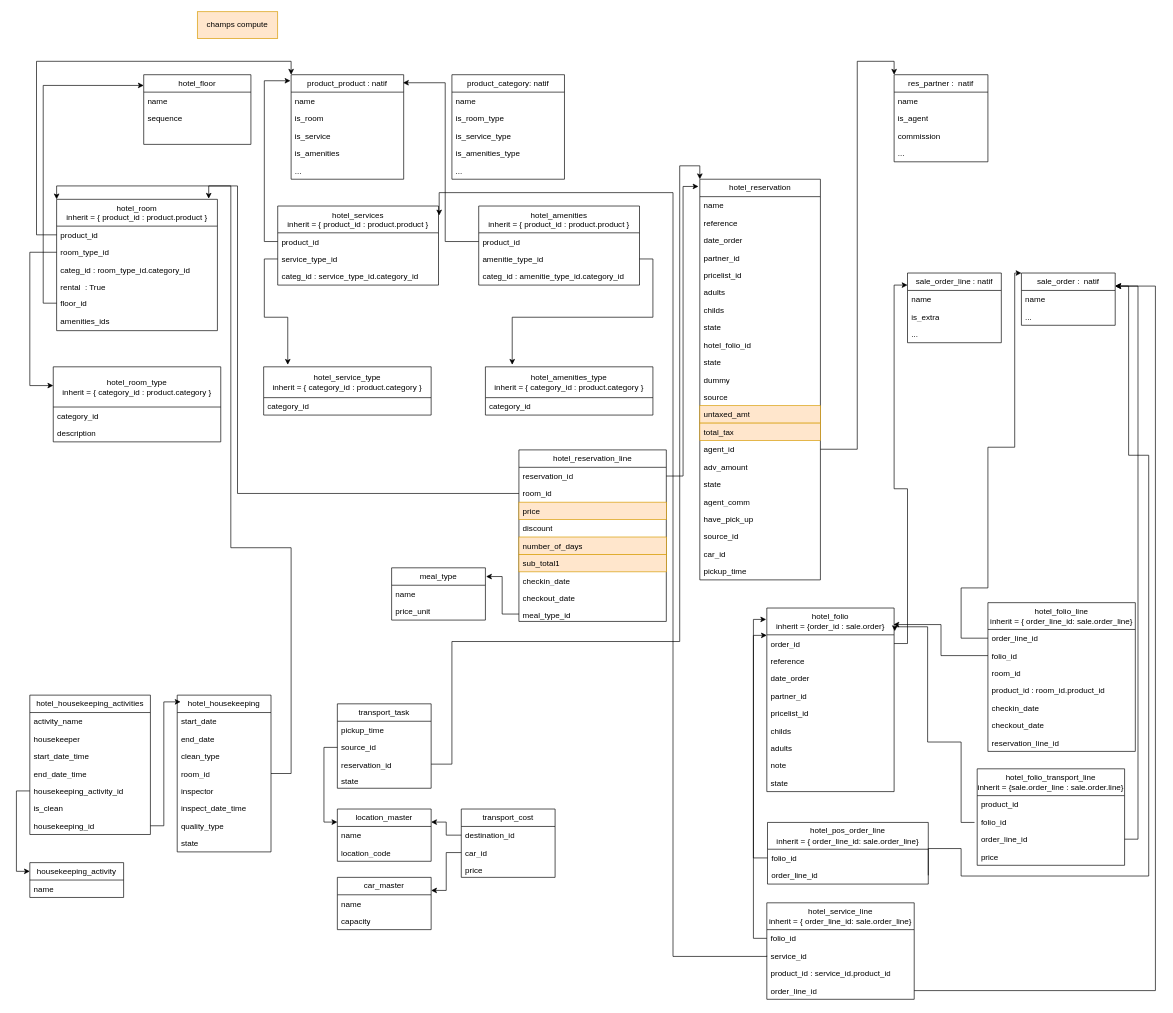
Above: hotel_diagram.drawio in Jeremia1804/all_projects (draw.io), before the change. Source tidied: cells renumbered, new cells numbered last; positions are measured from the earlier drawing's top-left corner, leaving out a move shared by most shapes. Both pictures are drawn from the tidied source at 67%, with x=0, y=0 at pixel (29, 11).
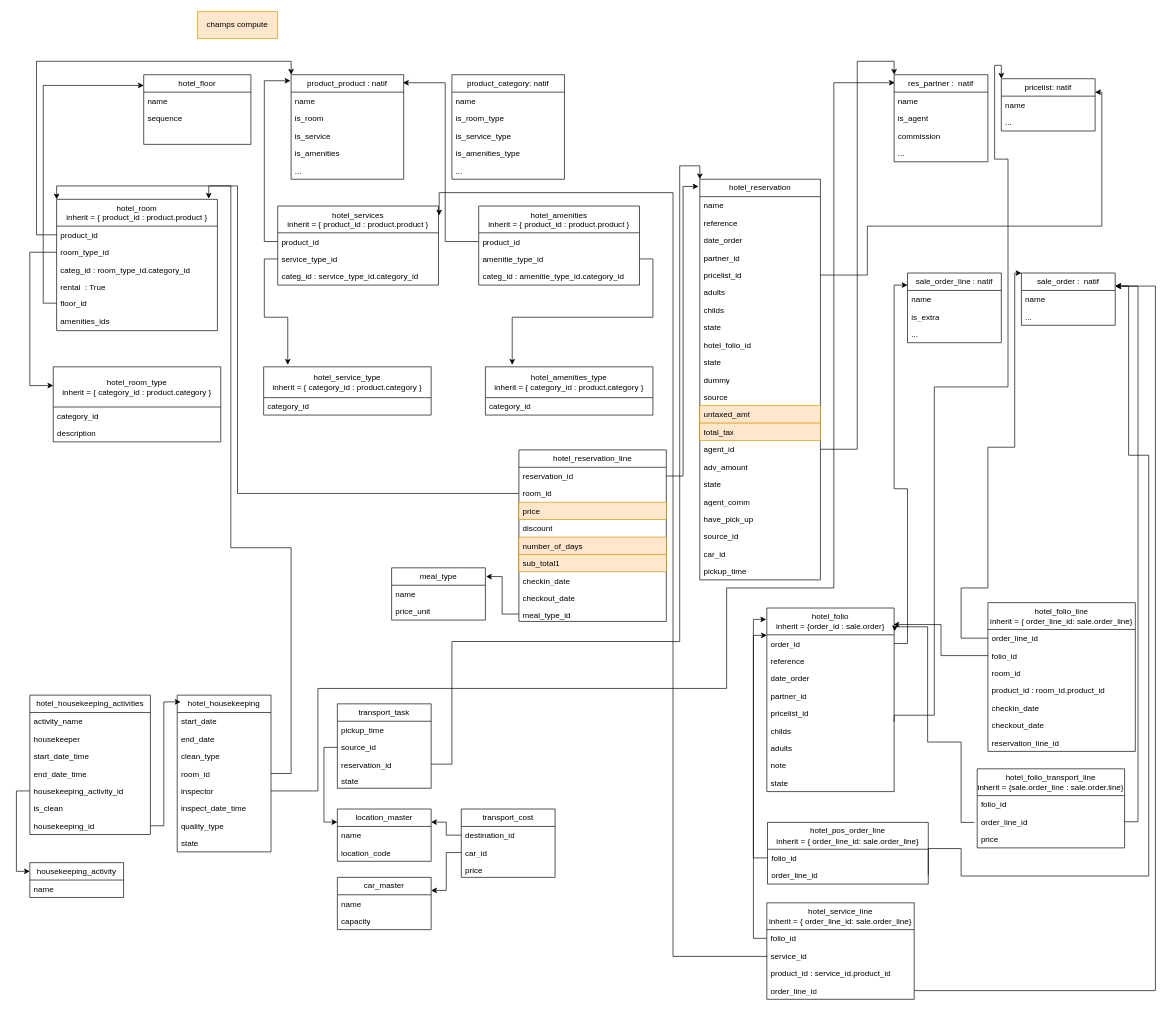
Above is the later version.

Commit message (it also covers changes not shown here):
Mettre à jour hotel_diagram.drawio

Unchanged cells that the change refers to:
```xml
<mxCell id="45" value="childs" style="text;strokeColor=none;fillColor=none;align=left;verticalAlign=top;spacingLeft=4;spacingRight=4;overflow=hidden;points=[[0,0.5],[1,0.5]];portConstraint=eastwest;whiteSpace=wrap;html=1;" parent="39" vertex="1">
  <mxGeometry y="170" width="190" height="26" as="geometry" />
</mxCell>
<mxCell id="74" value="pricelist_id" style="text;strokeColor=none;fillColor=none;align=left;verticalAlign=top;spacingLeft=4;spacingRight=4;overflow=hidden;points=[[0,0.5],[1,0.5]];portConstraint=eastwest;whiteSpace=wrap;html=1;" parent="69" vertex="1">
  <mxGeometry y="130" width="180" height="26" as="geometry" />
</mxCell>
<mxCell id="92" value="res_partner :&amp;nbsp; natif" style="swimlane;fontStyle=0;horizontal=1;startSize=26;fillColor=none;whiteSpace=wrap;html=1;" parent="1" vertex="1">
  <mxGeometry x="1290" y="94" width="140" height="130" as="geometry" />
</mxCell>
<mxCell id="135" value="inspector" style="text;strokeColor=none;fillColor=none;align=left;verticalAlign=top;spacingLeft=4;spacingRight=4;overflow=hidden;points=[[0,0.5],[1,0.5]];portConstraint=eastwest;whiteSpace=wrap;html=1;" parent="130" vertex="1">
  <mxGeometry y="130" width="140" height="26" as="geometry" />
</mxCell>
```

The edit, as a diff of the source:
```diff
@@
     <mxCell id="107" value="hotel_folio_transport_line&lt;div&gt;inherit = {sale.order_line : sale.order.line}&lt;/div&gt;" style="swimlane;fontStyle=0;horizontal=1;startSize=40;fillColor=none;whiteSpace=wrap;html=1;" parent="1" vertex="1">
-      <mxGeometry x="1414" y="1130" width="220" height="144" as="geometry" />
+      <mxGeometry x="1414" y="1130" width="220" height="118" as="geometry" />
     </mxCell>
-    <mxCell id="108" value="product_id" style="text;strokeColor=none;fillColor=none;align=left;verticalAlign=top;spacingLeft=4;spacingRight=4;overflow=hidden;whiteSpace=wrap;html=1;" parent="107" vertex="1">
-      <mxGeometry y="40" width="220" height="26" as="geometry" />
-    </mxCell>
     <mxCell id="109" value="folio_id" style="text;strokeColor=none;fillColor=none;align=left;verticalAlign=top;spacingLeft=4;spacingRight=4;overflow=hidden;whiteSpace=wrap;html=1;" parent="107" vertex="1">
-      <mxGeometry y="66" width="220" height="26" as="geometry" />
+      <mxGeometry y="40" width="220" height="26" as="geometry" />
     </mxCell>
     <mxCell id="110" value="order_line_id" style="text;strokeColor=none;fillColor=none;align=left;verticalAlign=top;spacingLeft=4;spacingRight=4;overflow=hidden;points=[[0,0.5],[1,0.5]];portConstraint=eastwest;whiteSpace=wrap;html=1;" parent="107" vertex="1">
-      <mxGeometry y="92" width="220" height="26" as="geometry" />
+      <mxGeometry y="66" width="220" height="26" as="geometry" />
     </mxCell>
     <mxCell id="111" value="price" style="text;strokeColor=none;fillColor=none;align=left;verticalAlign=top;spacingLeft=4;spacingRight=4;overflow=hidden;whiteSpace=wrap;html=1;" parent="107" vertex="1">
-      <mxGeometry y="118" width="220" height="26" as="geometry" />
+      <mxGeometry y="92" width="220" height="26" as="geometry" />
     </mxCell>
@@
+    <mxCell id="181" style="edgeStyle=orthogonalEdgeStyle;rounded=0;jettySize=auto;html=1;entryX=0.007;entryY=0.092;entryDx=0;entryDy=0;entryPerimeter=0;" parent="1" edge="1" source="135" target="92">
+      <mxGeometry relative="1" as="geometry">
+        <Array as="points">
+          <mxPoint x="430" y="1163" />
+          <mxPoint x="430" y="1010" />
+          <mxPoint x="1040" y="1010" />
+          <mxPoint x="1040" y="860" />
+          <mxPoint x="1200" y="860" />
+          <mxPoint x="1200" y="106" />
+        </Array>
+      </mxGeometry>
+    </mxCell>
+    <mxCell id="182" value="pricelist: natif" style="swimlane;fontStyle=0;horizontal=1;startSize=26;fillColor=none;whiteSpace=wrap;html=1;" parent="1" vertex="1">
+      <mxGeometry x="1450" y="100" width="140" height="78" as="geometry" />
+    </mxCell>
+    <mxCell id="183" value="name" style="text;strokeColor=none;fillColor=none;align=left;verticalAlign=top;spacingLeft=4;spacingRight=4;overflow=hidden;whiteSpace=wrap;html=1;" parent="182" vertex="1">
+      <mxGeometry y="26" width="140" height="26" as="geometry" />
+    </mxCell>
+    <mxCell id="184" value="..." style="text;strokeColor=none;fillColor=none;align=left;verticalAlign=top;spacingLeft=4;spacingRight=4;overflow=hidden;whiteSpace=wrap;html=1;" parent="182" vertex="1">
+      <mxGeometry y="52" width="140" height="26" as="geometry" />
+    </mxCell>
+    <mxCell id="185" style="edgeStyle=orthogonalEdgeStyle;rounded=0;jettySize=auto;html=1;" parent="1" edge="1" source="74" target="182">
+      <mxGeometry relative="1" as="geometry">
+        <Array as="points">
+          <mxPoint x="1250" y="393" />
+          <mxPoint x="1250" y="320" />
+          <mxPoint x="1600" y="320" />
+          <mxPoint x="1600" y="120" />
+        </Array>
+      </mxGeometry>
+    </mxCell>
+    <mxCell id="186" style="edgeStyle=orthogonalEdgeStyle;rounded=0;jettySize=auto;html=1;entryX=0;entryY=0;entryDx=0;entryDy=0;" parent="1" edge="1" source="45" target="182">
+      <mxGeometry relative="1" as="geometry">
+        <Array as="points">
+          <mxPoint x="1290" y="1050" />
+          <mxPoint x="1350" y="1050" />
+          <mxPoint x="1350" y="560" />
+          <mxPoint x="1460" y="560" />
+          <mxPoint x="1460" y="220" />
+          <mxPoint x="1440" y="220" />
+          <mxPoint x="1440" y="80" />
+          <mxPoint x="1450" y="80" />
+        </Array>
+      </mxGeometry>
+    </mxCell>
```
